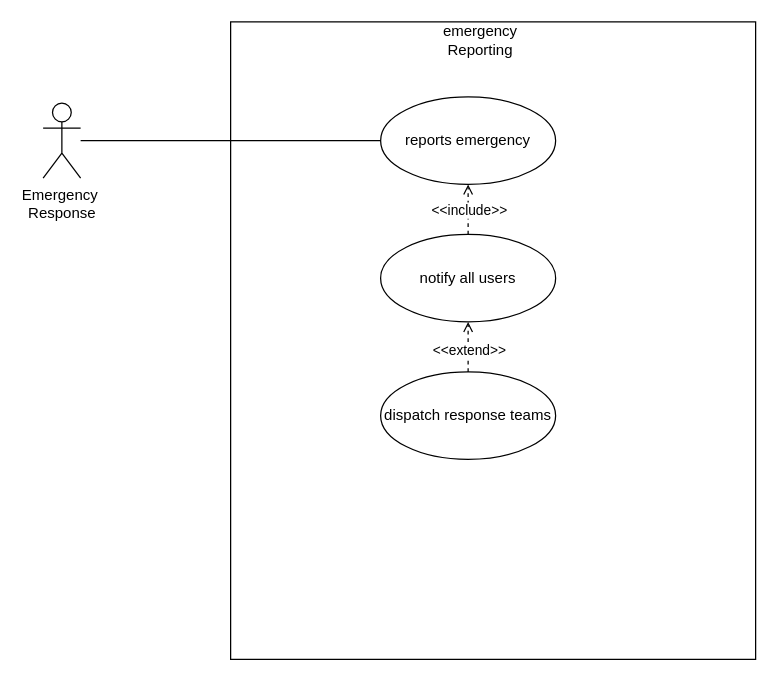
This is emergencyReporting.drawio from Kari19/D1, a draw.io file, before an edit. Source tidied: cells renumbered, new cells numbered last; positions are measured from the earlier drawing's top-left corner, leaving out a move shared by most shapes. Both pictures are drawn from the tidied source at 125%, with x=0, y=0 at pixel (42, 21).
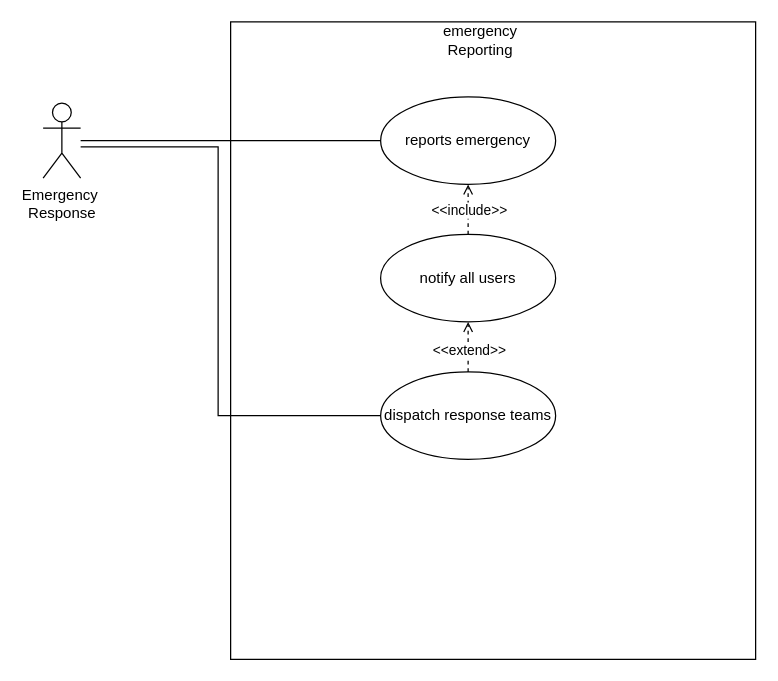
After the change.

The edit, as a diff of the source:
```diff
@@
 <mxGraphModel>
   <root>
     <mxCell id="0" />
     <mxCell id="1" parent="0" />
     <mxCell id="2" style="rounded=0;whiteSpace=wrap;html=1;" parent="1" vertex="1">
       <mxGeometry x="150" width="420" height="510" as="geometry" />
     </mxCell>
     <mxCell id="3" value="emergency Reporting" style="text;html=1;align=center;verticalAlign=middle;whiteSpace=wrap;rounded=0;" parent="1" vertex="1">
       <mxGeometry x="320" width="60" height="30" as="geometry" />
     </mxCell>
     <mxCell id="4" style="edgeStyle=orthogonalEdgeStyle;rounded=0;jettySize=auto;html=1;entryX=0;entryY=0.5;entryDx=0;entryDy=0;endArrow=none;startFill=0;" parent="1" edge="1" source="5" target="6">
       <mxGeometry relative="1" as="geometry" />
     </mxCell>
+    <mxCell id="13" style="edgeStyle=orthogonalEdgeStyle;rounded=0;jettySize=auto;html=1;entryX=0;entryY=0.5;entryDx=0;entryDy=0;endArrow=none;startFill=0;" parent="1" edge="1" source="5" target="12">
+      <mxGeometry relative="1" as="geometry">
+        <Array as="points">
+          <mxPoint x="140" y="100" />
+          <mxPoint x="140" y="315" />
+        </Array>
+      </mxGeometry>
+    </mxCell>
     <mxCell id="5" value="&lt;div&gt;Emergency&amp;nbsp;&lt;/div&gt;&lt;div&gt;Response&lt;/div&gt;" style="shape=umlActor;verticalLabelPosition=bottom;verticalAlign=top;html=1;outlineConnect=0;" parent="1" vertex="1">
       <mxGeometry y="65" width="30" height="60" as="geometry" />
     </mxCell>
     <mxCell id="6" value="reports emergency" style="ellipse;whiteSpace=wrap;html=1;" parent="1" vertex="1">
       <mxGeometry x="270" y="60" width="140" height="70" as="geometry" />
     </mxCell>
     <mxCell id="7" style="edgeStyle=orthogonalEdgeStyle;rounded=0;jettySize=auto;html=1;endArrow=open;endFill=0;dashed=1;" parent="1" edge="1" source="9" target="6">
       <mxGeometry relative="1" as="geometry" />
     </mxCell>
     <mxCell id="8" value="&amp;lt;&amp;lt;include&amp;gt;&amp;gt;" style="edgeLabel;html=1;align=center;verticalAlign=middle;" parent="7" vertex="1">
       <mxGeometry relative="1" as="geometry" />
     </mxCell>
     <mxCell id="9" value="notify all users" style="ellipse;whiteSpace=wrap;html=1;" parent="1" vertex="1">
       <mxGeometry x="270" y="170" width="140" height="70" as="geometry" />
     </mxCell>
     <mxCell id="10" style="edgeStyle=orthogonalEdgeStyle;rounded=0;jettySize=auto;html=1;endArrow=open;endFill=0;dashed=1;" parent="1" edge="1" source="12" target="9">
       <mxGeometry relative="1" as="geometry" />
     </mxCell>
     <mxCell id="11" value="&amp;lt;&amp;lt;extend&amp;gt;&amp;gt;" style="edgeLabel;html=1;align=center;verticalAlign=middle;" parent="10" vertex="1">
       <mxGeometry x="-0.1" relative="1" as="geometry" />
     </mxCell>
     <mxCell id="12" value="dispatch response teams" style="ellipse;whiteSpace=wrap;html=1;" parent="1" vertex="1">
       <mxGeometry x="270" y="280" width="140" height="70" as="geometry" />
     </mxCell>
   </root>
 </mxGraphModel>
```
